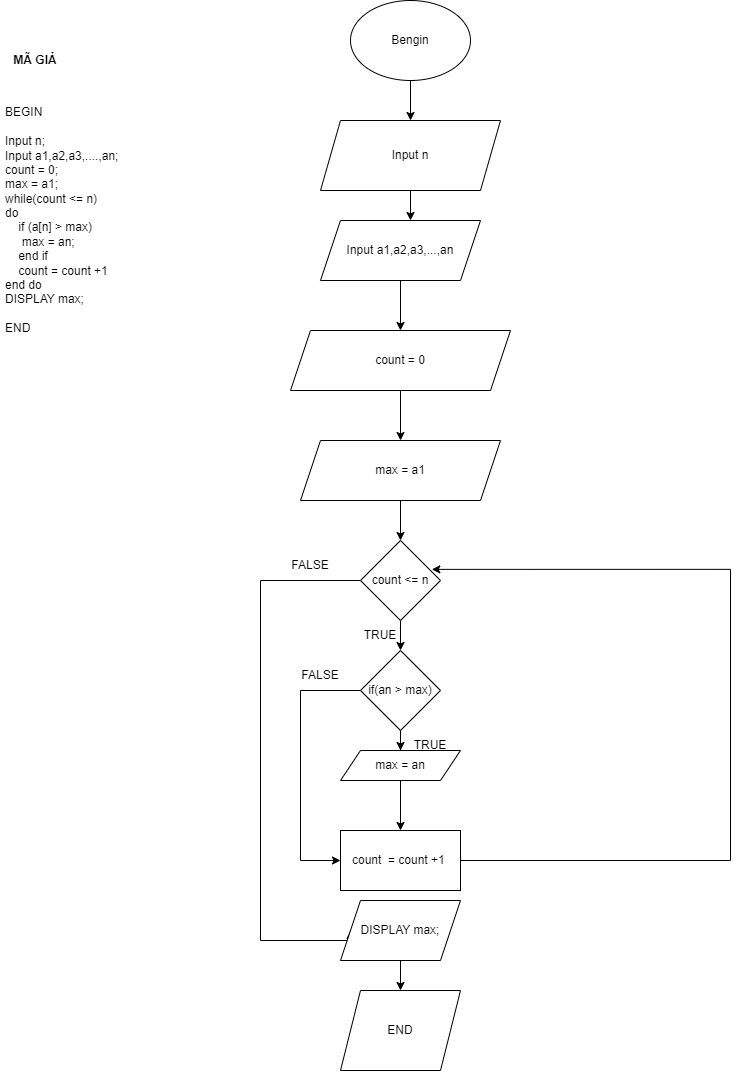
Before: ss3_code/bai_tap/Bai_tap_Day_So_n.drawio.png, a diagram exported from draw.io (thanhvo203/C0223G1-VoHaiThanh). Source tidied: cells renumbered, new cells last; positions are measured from the earlier drawing's top-left corner, leaving out a move shared by most shapes.
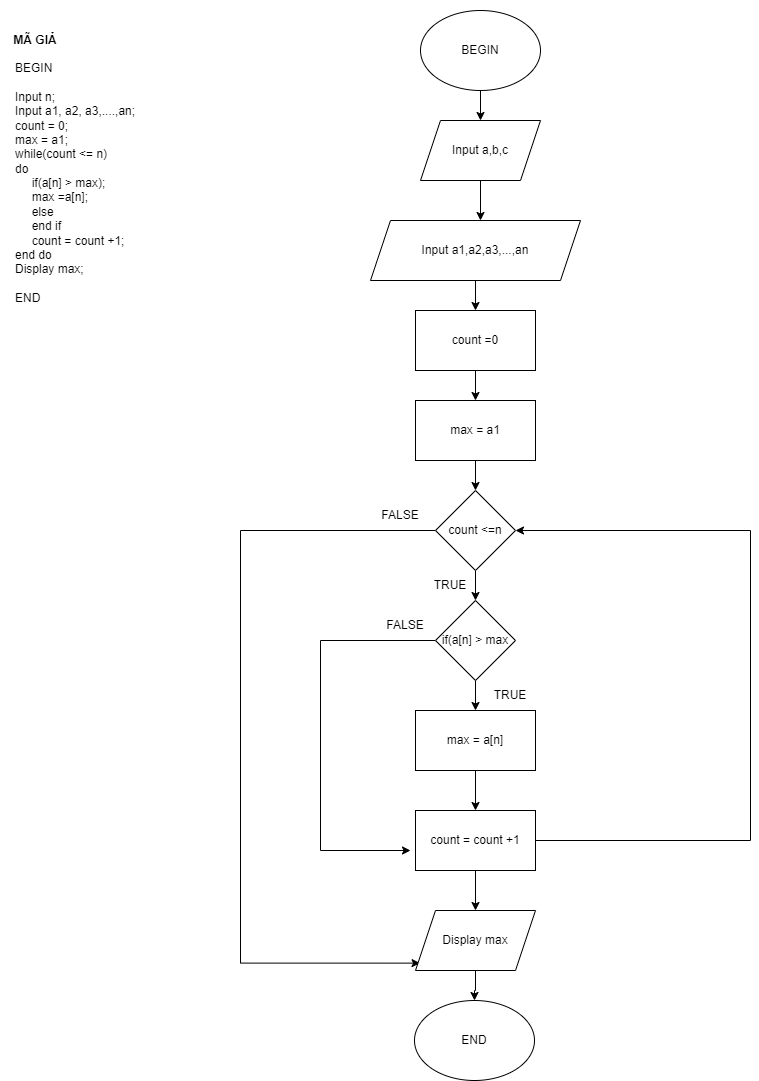
After the commit.

Diff of the diagram source:
```diff
@@ -2,8 +2,8 @@
   <root>
     <mxCell id="0" />
     <mxCell id="1" parent="0" />
-    <mxCell id="2" value="&lt;h1&gt;&lt;br&gt;&lt;/h1&gt;&lt;div&gt;&lt;br&gt;&lt;/div&gt;&lt;div&gt;BEGIN&lt;/div&gt;&lt;div&gt;&lt;br&gt;&lt;/div&gt;&lt;div&gt;Input n;&lt;/div&gt;&lt;div&gt;Input a1,a2,a3,....,an;&lt;/div&gt;&lt;div&gt;count = 0;&lt;/div&gt;&lt;div&gt;max = a1;&lt;/div&gt;&lt;div&gt;while(count &amp;lt;= n)&lt;/div&gt;&lt;div&gt;do&amp;nbsp;&lt;/div&gt;&lt;div&gt;&lt;span style=&quot;background-color: initial;&quot;&gt;&amp;nbsp; &amp;nbsp; if (a[n] &amp;gt; max)&lt;/span&gt;&lt;br&gt;&lt;/div&gt;&lt;div&gt;&lt;span style=&quot;background-color: initial;&quot;&gt;&amp;nbsp; &amp;nbsp; &amp;nbsp;max = an;&lt;/span&gt;&lt;/div&gt;&lt;div&gt;&amp;nbsp; &amp;nbsp; end if&lt;/div&gt;&lt;div&gt;&lt;span style=&quot;background-color: initial;&quot;&gt;&amp;nbsp; &amp;nbsp; count = count +1&lt;/span&gt;&lt;br&gt;&lt;/div&gt;&lt;div&gt;&lt;span style=&quot;background-color: initial;&quot;&gt;end do&lt;/span&gt;&lt;/div&gt;&lt;div&gt;DISPLAY max;&lt;/div&gt;&lt;div&gt;&lt;span style=&quot;background-color: initial;&quot;&gt;&lt;br&gt;&lt;/span&gt;&lt;/div&gt;&lt;div&gt;&lt;span style=&quot;background-color: initial;&quot;&gt;END&lt;/span&gt;&lt;/div&gt;" style="text;html=1;strokeColor=none;fillColor=none;spacing=5;spacingTop=-20;whiteSpace=wrap;overflow=hidden;rounded=0;" parent="1" vertex="1">
-      <mxGeometry y="40" width="210" height="940" as="geometry" />
+    <mxCell id="2" value="&lt;h1&gt;&lt;span style=&quot;white-space: pre;&quot;&gt;&#9;&lt;/span&gt;&lt;span style=&quot;white-space: pre;&quot;&gt;&#9;&lt;/span&gt;&lt;br&gt;&lt;/h1&gt;&lt;div&gt;BEGIN&lt;/div&gt;&lt;div&gt;&lt;br&gt;&lt;/div&gt;&lt;div&gt;Input n;&lt;/div&gt;&lt;div&gt;Input a1, a2, a3,....,an;&lt;/div&gt;&lt;div&gt;count = 0;&lt;/div&gt;&lt;div&gt;max = a1;&lt;/div&gt;&lt;div&gt;while(count &amp;lt;= n)&lt;/div&gt;&lt;div&gt;do&lt;/div&gt;&lt;div&gt;&amp;nbsp; &amp;nbsp; &amp;nbsp;if(a[n] &amp;gt; max);&lt;/div&gt;&lt;div&gt;&amp;nbsp; &amp;nbsp; &amp;nbsp;max =a[n];&lt;/div&gt;&lt;div&gt;&amp;nbsp; &amp;nbsp; &amp;nbsp;else&lt;/div&gt;&lt;div&gt;&amp;nbsp; &amp;nbsp; &amp;nbsp;end if&lt;/div&gt;&lt;div&gt;&amp;nbsp; &amp;nbsp; &amp;nbsp;count = count +1;&lt;/div&gt;&lt;div&gt;end do&lt;/div&gt;&lt;div&gt;Display max;&lt;/div&gt;&lt;div&gt;&lt;br&gt;&lt;/div&gt;&lt;div&gt;END&lt;/div&gt;" style="text;html=1;strokeColor=none;fillColor=none;spacing=5;spacingTop=-20;whiteSpace=wrap;overflow=hidden;rounded=0;" parent="1" vertex="1">
+      <mxGeometry x="10" y="30" width="210" height="940" as="geometry" />
     </mxCell>
     <mxCell id="3" style="edgeStyle=orthogonalEdgeStyle;rounded=0;orthogonalLoop=1;jettySize=auto;html=1;exitX=1;exitY=0.5;exitDx=0;exitDy=0;entryX=1;entryY=0.25;entryDx=0;entryDy=0;" parent="1" edge="1">
       <mxGeometry relative="1" as="geometry">
@@ -14,113 +14,134 @@
         </Array>
       </mxGeometry>
     </mxCell>
-    <mxCell id="4" style="edgeStyle=orthogonalEdgeStyle;rounded=0;jettySize=auto;html=1;" parent="1" edge="1" source="5" target="9">
-      <mxGeometry relative="1" as="geometry" />
-    </mxCell>
-    <mxCell id="5" value="Bengin" style="ellipse;whiteSpace=wrap;html=1;" parent="1" vertex="1">
-      <mxGeometry x="350" width="120" height="80" as="geometry" />
-    </mxCell>
-    <mxCell id="6" style="edgeStyle=orthogonalEdgeStyle;rounded=0;jettySize=auto;html=1;entryX=0.5;entryY=0;entryDx=0;entryDy=0;" parent="1" edge="1" source="7" target="12">
-      <mxGeometry relative="1" as="geometry" />
-    </mxCell>
+    <mxCell id="10" value="&lt;b&gt;MÃ GIẢ&lt;/b&gt;" style="text;html=1;strokeColor=none;fillColor=none;align=center;verticalAlign=middle;whiteSpace=wrap;rounded=0;" parent="1" vertex="1">
+      <mxGeometry y="40" width="70" height="40" as="geometry" />
+    </mxCell>
+    <mxCell id="19" style="edgeStyle=orthogonalEdgeStyle;rounded=0;orthogonalLoop=1;jettySize=auto;html=1;exitX=0;exitY=0.5;exitDx=0;exitDy=0;entryX=0;entryY=0.5;entryDx=0;entryDy=0;" parent="1" edge="1">
+      <mxGeometry relative="1" as="geometry">
+        <mxPoint x="360" y="690" as="sourcePoint" />
+        <Array as="points">
+          <mxPoint x="300" y="690" />
+          <mxPoint x="300" y="860" />
+        </Array>
+      </mxGeometry>
+    </mxCell>
+    <mxCell id="21" style="edgeStyle=orthogonalEdgeStyle;rounded=0;orthogonalLoop=1;jettySize=auto;html=1;exitX=1;exitY=0.5;exitDx=0;exitDy=0;entryX=0.891;entryY=0.361;entryDx=0;entryDy=0;entryPerimeter=0;" parent="1" edge="1">
+      <mxGeometry relative="1" as="geometry">
+        <mxPoint x="431.3" y="568.9" as="targetPoint" />
+        <Array as="points">
+          <mxPoint x="730" y="860" />
+          <mxPoint x="730" y="569" />
+        </Array>
+      </mxGeometry>
+    </mxCell>
+    <mxCell id="34" style="edgeStyle=orthogonalEdgeStyle;rounded=0;jettySize=auto;html=1;" parent="1" edge="1" source="35" target="37">
+      <mxGeometry relative="1" as="geometry" />
+    </mxCell>
+    <mxCell id="35" value="BEGIN" style="ellipse;whiteSpace=wrap;html=1;" parent="1" vertex="1">
+      <mxGeometry x="420" y="30" width="120" height="80" as="geometry" />
+    </mxCell>
+    <mxCell id="36" style="edgeStyle=orthogonalEdgeStyle;rounded=0;jettySize=auto;html=1;" parent="1" edge="1" source="37">
+      <mxGeometry relative="1" as="geometry">
+        <mxPoint x="480" y="240" as="targetPoint" />
+      </mxGeometry>
+    </mxCell>
+    <mxCell id="37" value="Input a,b,c" style="shape=parallelogram;perimeter=parallelogramPerimeter;whiteSpace=wrap;html=1;fixedSize=1;" parent="1" vertex="1">
+      <mxGeometry x="420" y="140" width="120" height="60" as="geometry" />
+    </mxCell>
+    <mxCell id="38" style="edgeStyle=orthogonalEdgeStyle;rounded=0;orthogonalLoop=1;jettySize=auto;html=1;exitX=0.5;exitY=1;exitDx=0;exitDy=0;" parent="1" edge="1">
+      <mxGeometry relative="1" as="geometry">
+        <mxPoint x="600" y="370" as="sourcePoint" />
+        <mxPoint x="600" y="370" as="targetPoint" />
+      </mxGeometry>
+    </mxCell>
+    <mxCell id="39" style="edgeStyle=orthogonalEdgeStyle;rounded=0;jettySize=auto;html=1;" parent="1" edge="1" source="7" target="41">
+      <mxGeometry relative="1" as="geometry" />
+    </mxCell>
     <mxCell id="7" value="Input a1,a2,a3,...,an" style="shape=parallelogram;perimeter=parallelogramPerimeter;whiteSpace=wrap;html=1;fixedSize=1;" parent="1" vertex="1">
-      <mxGeometry x="320" y="220" width="160" height="60" as="geometry" />
+      <mxGeometry x="370" y="240" width="210" height="60" as="geometry" />
     </mxCell>
-    <mxCell id="8" style="edgeStyle=orthogonalEdgeStyle;rounded=0;jettySize=auto;html=1;" parent="1" edge="1" source="9">
-      <mxGeometry relative="1" as="geometry">
-        <mxPoint x="410" y="220" as="targetPoint" />
-      </mxGeometry>
-    </mxCell>
-    <mxCell id="9" value="Input n" style="shape=parallelogram;perimeter=parallelogramPerimeter;whiteSpace=wrap;html=1;fixedSize=1;" parent="1" vertex="1">
-      <mxGeometry x="320" y="120" width="180" height="70" as="geometry" />
-    </mxCell>
-    <mxCell id="10" value="&lt;b&gt;MÃ GIẢ&lt;/b&gt;" style="text;html=1;strokeColor=none;fillColor=none;align=center;verticalAlign=middle;whiteSpace=wrap;rounded=0;" parent="1" vertex="1">
-      <mxGeometry y="40" width="70" height="40" as="geometry" />
-    </mxCell>
-    <mxCell id="11" style="edgeStyle=orthogonalEdgeStyle;rounded=0;jettySize=auto;html=1;" parent="1" edge="1" source="12" target="14">
-      <mxGeometry relative="1" as="geometry" />
-    </mxCell>
-    <mxCell id="12" value="count = 0" style="shape=parallelogram;perimeter=parallelogramPerimeter;whiteSpace=wrap;html=1;fixedSize=1;" parent="1" vertex="1">
-      <mxGeometry x="290" y="330" width="220" height="60" as="geometry" />
-    </mxCell>
-    <mxCell id="13" style="edgeStyle=orthogonalEdgeStyle;rounded=0;jettySize=auto;html=1;entryX=0.5;entryY=0;entryDx=0;entryDy=0;" parent="1" edge="1" source="14" target="17">
-      <mxGeometry relative="1" as="geometry" />
-    </mxCell>
+    <mxCell id="40" style="edgeStyle=orthogonalEdgeStyle;rounded=0;jettySize=auto;html=1;" parent="1" edge="1" source="41" target="14">
+      <mxGeometry relative="1" as="geometry" />
+    </mxCell>
+    <mxCell id="41" value="count =0" style="rounded=0;whiteSpace=wrap;html=1;" parent="1" vertex="1">
+      <mxGeometry x="415" y="330" width="120" height="60" as="geometry" />
+    </mxCell>
+    <mxCell id="42" style="edgeStyle=orthogonalEdgeStyle;rounded=0;jettySize=auto;html=1;" parent="1" edge="1" source="14" target="48">
+      <mxGeometry relative="1" as="geometry" />
+    </mxCell>
-    <mxCell id="14" value="max = a1" style="shape=parallelogram;perimeter=parallelogramPerimeter;whiteSpace=wrap;html=1;fixedSize=1;" parent="1" vertex="1">
-      <mxGeometry x="300" y="440" width="200" height="60" as="geometry" />
+    <mxCell id="14" value="max = a1" style="rounded=0;whiteSpace=wrap;html=1;" parent="1" vertex="1">
+      <mxGeometry x="415" y="420" width="120" height="60" as="geometry" />
     </mxCell>
-    <mxCell id="15" style="edgeStyle=orthogonalEdgeStyle;rounded=0;jettySize=auto;html=1;exitX=0;exitY=0.5;exitDx=0;exitDy=0;entryX=0;entryY=0.5;entryDx=0;entryDy=0;" parent="1" edge="1" source="17" target="29">
-      <mxGeometry relative="1" as="geometry">
-        <Array as="points">
-          <mxPoint x="260" y="580" />
-          <mxPoint x="260" y="940" />
-          <mxPoint x="350" y="940" />
-        </Array>
-      </mxGeometry>
-    </mxCell>
-    <mxCell id="16" style="edgeStyle=orthogonalEdgeStyle;rounded=0;jettySize=auto;html=1;" parent="1" edge="1" source="17" target="20">
-      <mxGeometry relative="1" as="geometry" />
-    </mxCell>
-    <mxCell id="17" value="count &amp;lt;= n" style="rhombus;whiteSpace=wrap;html=1;" parent="1" vertex="1">
-      <mxGeometry x="360" y="540" width="80" height="80" as="geometry" />
-    </mxCell>
-    <mxCell id="18" style="edgeStyle=orthogonalEdgeStyle;rounded=0;jettySize=auto;html=1;" parent="1" edge="1" source="20" target="26">
-      <mxGeometry relative="1" as="geometry" />
-    </mxCell>
-    <mxCell id="19" style="edgeStyle=orthogonalEdgeStyle;rounded=0;jettySize=auto;html=1;exitX=0;exitY=0.5;exitDx=0;exitDy=0;entryX=0;entryY=0.5;entryDx=0;entryDy=0;" parent="1" edge="1" source="20" target="22">
-      <mxGeometry relative="1" as="geometry">
-        <Array as="points">
-          <mxPoint x="300" y="690" />
-          <mxPoint x="300" y="860" />
-        </Array>
-      </mxGeometry>
-    </mxCell>
-    <mxCell id="20" value="if(an &amp;gt; max)" style="rhombus;whiteSpace=wrap;html=1;" parent="1" vertex="1">
-      <mxGeometry x="360" y="650" width="80" height="80" as="geometry" />
-    </mxCell>
-    <mxCell id="21" style="edgeStyle=orthogonalEdgeStyle;rounded=0;jettySize=auto;html=1;exitX=1;exitY=0.5;exitDx=0;exitDy=0;entryX=0.891;entryY=0.361;entryDx=0;entryDy=0;entryPerimeter=0;" parent="1" edge="1" source="22" target="17">
-      <mxGeometry relative="1" as="geometry">
-        <Array as="points">
-          <mxPoint x="730" y="860" />
-          <mxPoint x="730" y="569" />
-        </Array>
-      </mxGeometry>
-    </mxCell>
+    <mxCell id="43" style="edgeStyle=orthogonalEdgeStyle;rounded=0;jettySize=auto;html=1;" parent="1" edge="1" source="45" target="50">
+      <mxGeometry relative="1" as="geometry" />
+    </mxCell>
+    <mxCell id="44" style="edgeStyle=orthogonalEdgeStyle;rounded=0;jettySize=auto;html=1;exitX=0;exitY=0.5;exitDx=0;exitDy=0;" parent="1" edge="1" source="45">
+      <mxGeometry relative="1" as="geometry">
+        <mxPoint x="410" y="870" as="targetPoint" />
+        <Array as="points">
+          <mxPoint x="320" y="660" />
+          <mxPoint x="320" y="870" />
+        </Array>
+      </mxGeometry>
+    </mxCell>
+    <mxCell id="45" value="if(a[n] &amp;gt; max" style="rhombus;whiteSpace=wrap;html=1;" parent="1" vertex="1">
+      <mxGeometry x="435" y="620" width="80" height="80" as="geometry" />
+    </mxCell>
+    <mxCell id="46" style="edgeStyle=orthogonalEdgeStyle;rounded=0;jettySize=auto;html=1;" parent="1" edge="1" source="48" target="45">
+      <mxGeometry relative="1" as="geometry" />
+    </mxCell>
+    <mxCell id="47" style="edgeStyle=orthogonalEdgeStyle;rounded=0;jettySize=auto;html=1;exitX=0;exitY=0.5;exitDx=0;exitDy=0;entryX=0.038;entryY=0.877;entryDx=0;entryDy=0;entryPerimeter=0;" parent="1" edge="1" source="48" target="54">
+      <mxGeometry relative="1" as="geometry">
+        <Array as="points">
+          <mxPoint x="240" y="550" />
+          <mxPoint x="240" y="983" />
+        </Array>
+      </mxGeometry>
+    </mxCell>
+    <mxCell id="48" value="count &amp;lt;=n" style="rhombus;whiteSpace=wrap;html=1;" parent="1" vertex="1">
+      <mxGeometry x="435" y="510" width="80" height="80" as="geometry" />
+    </mxCell>
+    <mxCell id="49" style="edgeStyle=orthogonalEdgeStyle;rounded=0;jettySize=auto;html=1;" parent="1" edge="1" source="50" target="22">
+      <mxGeometry relative="1" as="geometry" />
+    </mxCell>
+    <mxCell id="50" value="max = a[n]" style="rounded=0;whiteSpace=wrap;html=1;" parent="1" vertex="1">
+      <mxGeometry x="415" y="730" width="120" height="60" as="geometry" />
+    </mxCell>
+    <mxCell id="51" style="edgeStyle=orthogonalEdgeStyle;rounded=0;jettySize=auto;html=1;" parent="1" edge="1" source="22" target="54">
+      <mxGeometry relative="1" as="geometry" />
+    </mxCell>
+    <mxCell id="52" style="edgeStyle=orthogonalEdgeStyle;rounded=0;jettySize=auto;html=1;exitX=1;exitY=0.5;exitDx=0;exitDy=0;entryX=1;entryY=0.5;entryDx=0;entryDy=0;" parent="1" edge="1" source="22" target="48">
+      <mxGeometry relative="1" as="geometry">
+        <Array as="points">
+          <mxPoint x="750" y="860" />
+          <mxPoint x="750" y="550" />
+        </Array>
+      </mxGeometry>
+    </mxCell>
-    <mxCell id="22" value="count&amp;nbsp; = count +1&amp;nbsp;" style="rounded=0;whiteSpace=wrap;html=1;" parent="1" vertex="1">
-      <mxGeometry x="340" y="830" width="120" height="60" as="geometry" />
+    <mxCell id="22" value="count = count +1" style="rounded=0;whiteSpace=wrap;html=1;" parent="1" vertex="1">
+      <mxGeometry x="415" y="830" width="120" height="60" as="geometry" />
     </mxCell>
-    <mxCell id="23" value="FALSE" style="text;html=1;strokeColor=none;fillColor=none;align=center;verticalAlign=middle;whiteSpace=wrap;rounded=0;" parent="1" vertex="1">
-      <mxGeometry x="280" y="550" width="60" height="30" as="geometry" />
-    </mxCell>
-    <mxCell id="24" value="TRUE" style="text;html=1;strokeColor=none;fillColor=none;align=center;verticalAlign=middle;whiteSpace=wrap;rounded=0;" parent="1" vertex="1">
-      <mxGeometry x="350" y="620" width="60" height="30" as="geometry" />
-    </mxCell>
-    <mxCell id="25" style="edgeStyle=orthogonalEdgeStyle;rounded=0;jettySize=auto;html=1;" parent="1" edge="1" source="26" target="22">
-      <mxGeometry relative="1" as="geometry" />
-    </mxCell>
-    <mxCell id="26" value="max = an" style="shape=parallelogram;perimeter=parallelogramPerimeter;whiteSpace=wrap;html=1;fixedSize=1;" parent="1" vertex="1">
-      <mxGeometry x="340" y="750" width="120" height="30" as="geometry" />
-    </mxCell>
-    <mxCell id="27" style="edgeStyle=orthogonalEdgeStyle;rounded=0;orthogonalLoop=1;jettySize=auto;html=1;exitX=0.5;exitY=1;exitDx=0;exitDy=0;" parent="1" edge="1" source="26" target="26">
-      <mxGeometry relative="1" as="geometry" />
-    </mxCell>
-    <mxCell id="28" style="edgeStyle=orthogonalEdgeStyle;rounded=0;jettySize=auto;html=1;" parent="1" edge="1" source="29" target="31">
-      <mxGeometry relative="1" as="geometry" />
-    </mxCell>
-    <mxCell id="29" value="DISPLAY max;" style="shape=parallelogram;perimeter=parallelogramPerimeter;whiteSpace=wrap;html=1;fixedSize=1;" parent="1" vertex="1">
-      <mxGeometry x="340" y="900" width="120" height="60" as="geometry" />
-    </mxCell>
-    <mxCell id="30" value="TRUE" style="text;html=1;strokeColor=none;fillColor=none;align=center;verticalAlign=middle;whiteSpace=wrap;rounded=0;" parent="1" vertex="1">
-      <mxGeometry x="400" y="730" width="60" height="30" as="geometry" />
-    </mxCell>
+    <mxCell id="53" style="edgeStyle=orthogonalEdgeStyle;rounded=0;jettySize=auto;html=1;" parent="1" edge="1" source="54" target="31">
+      <mxGeometry relative="1" as="geometry" />
+    </mxCell>
+    <mxCell id="54" value="Display max" style="shape=parallelogram;perimeter=parallelogramPerimeter;whiteSpace=wrap;html=1;fixedSize=1;" parent="1" vertex="1">
+      <mxGeometry x="415" y="930" width="120" height="60" as="geometry" />
+    </mxCell>
-    <mxCell id="31" value="END" style="shape=parallelogram;perimeter=parallelogramPerimeter;whiteSpace=wrap;html=1;fixedSize=1;" parent="1" vertex="1">
-      <mxGeometry x="340" y="990" width="120" height="80" as="geometry" />
+    <mxCell id="31" value="END" style="ellipse;whiteSpace=wrap;html=1;" parent="1" vertex="1">
+      <mxGeometry x="414" y="1020" width="120" height="80" as="geometry" />
     </mxCell>
-    <mxCell id="32" style="edgeStyle=orthogonalEdgeStyle;rounded=0;orthogonalLoop=1;jettySize=auto;html=1;exitX=0.5;exitY=1;exitDx=0;exitDy=0;" parent="1" edge="1" source="31" target="31">
-      <mxGeometry relative="1" as="geometry" />
-    </mxCell>
-    <mxCell id="33" value="FALSE" style="text;html=1;strokeColor=none;fillColor=none;align=center;verticalAlign=middle;whiteSpace=wrap;rounded=0;" parent="1" vertex="1">
-      <mxGeometry x="290" y="660" width="60" height="30" as="geometry" />
-    </mxCell>
+    <mxCell id="55" value="FALSE" style="text;html=1;strokeColor=none;fillColor=none;align=center;verticalAlign=middle;whiteSpace=wrap;rounded=0;" parent="1" vertex="1">
+      <mxGeometry x="370" y="520" width="60" height="30" as="geometry" />
+    </mxCell>
+    <mxCell id="56" value="FALSE" style="text;html=1;strokeColor=none;fillColor=none;align=center;verticalAlign=middle;whiteSpace=wrap;rounded=0;" parent="1" vertex="1">
+      <mxGeometry x="375" y="630" width="60" height="30" as="geometry" />
+    </mxCell>
+    <mxCell id="57" value="TRUE" style="text;html=1;strokeColor=none;fillColor=none;align=center;verticalAlign=middle;whiteSpace=wrap;rounded=0;" parent="1" vertex="1">
+      <mxGeometry x="420" y="590" width="60" height="30" as="geometry" />
+    </mxCell>
+    <mxCell id="58" value="TRUE" style="text;html=1;strokeColor=none;fillColor=none;align=center;verticalAlign=middle;whiteSpace=wrap;rounded=0;" parent="1" vertex="1">
+      <mxGeometry x="480" y="700" width="60" height="30" as="geometry" />
+    </mxCell>
   </root>
 </mxGraphModel>
```
